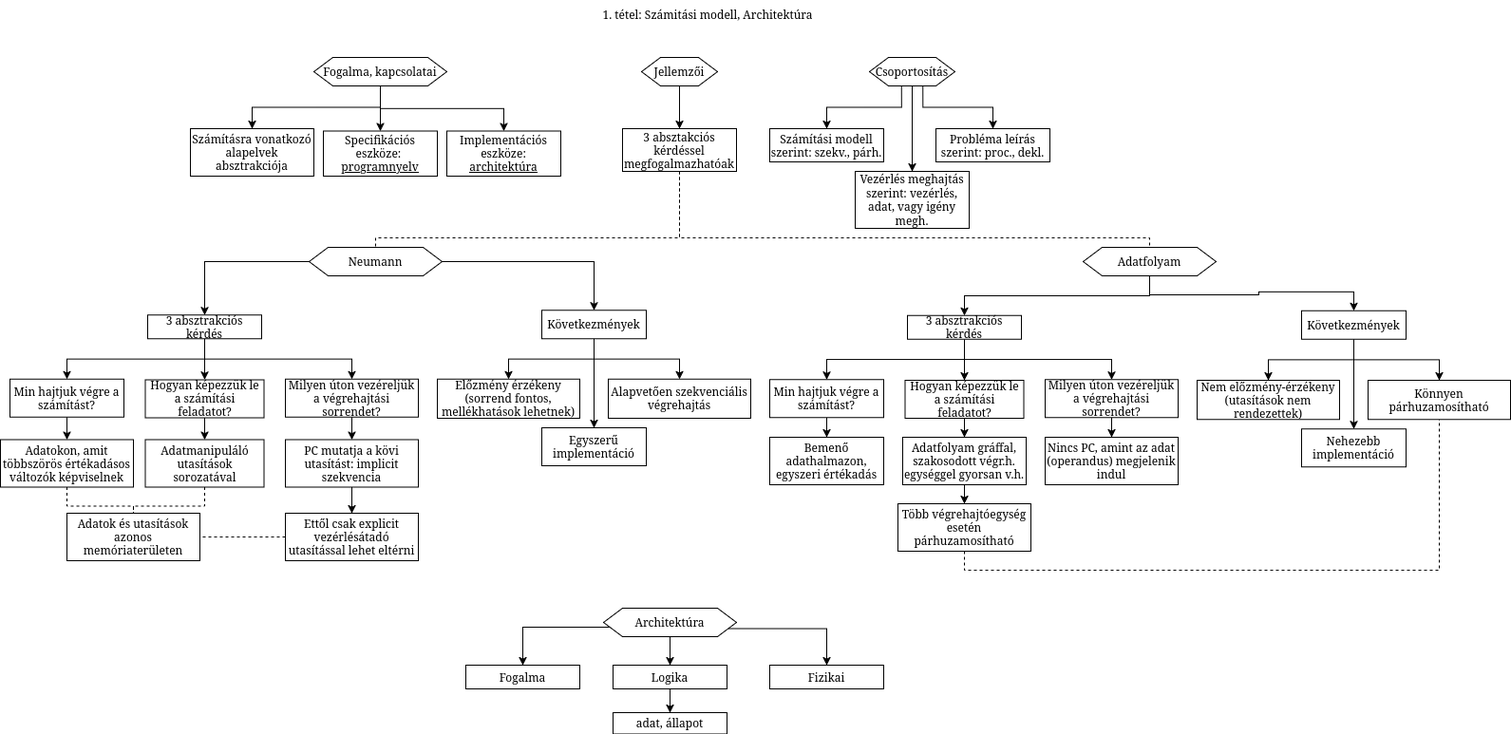
sz-balage/ArchiMindMaps keeps this draw.io diagram as Mind maps/Archi alapok/1-SzamitasiModell.png. Above is the earlier version. Source tidied: cells renumbered, new cells last; positions are measured from the earlier drawing's top-left corner, leaving out a move shared by most shapes.
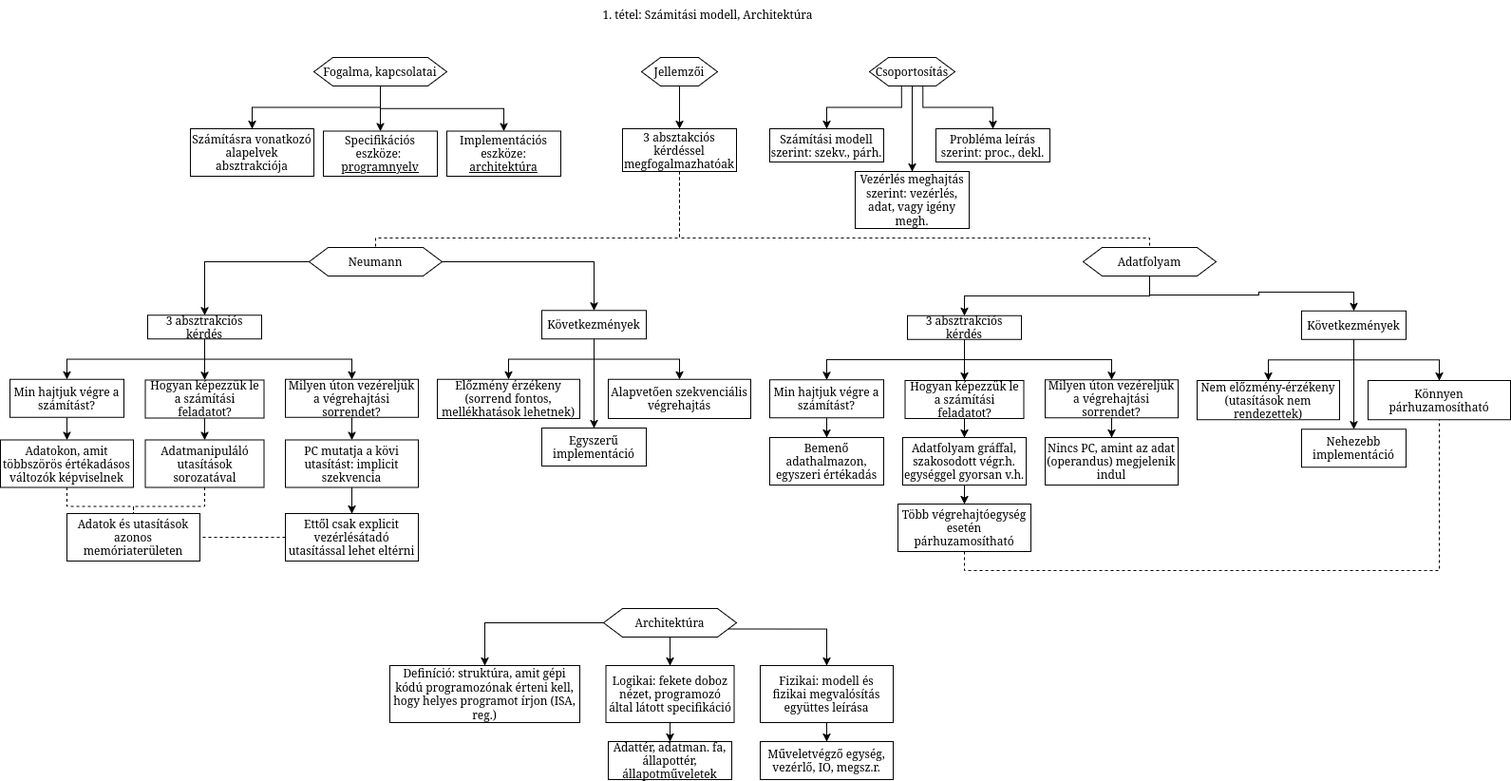
Above is the later version.

Change to the diagram source:
```diff
@@ -115,37 +115,35 @@
     <mxCell id="36" value="Min hajtjuk végre a számítást?" style="whiteSpace=wrap;html=1;" parent="1" vertex="1">
       <mxGeometry x="10" y="398.8" width="120" height="40" as="geometry" />
     </mxCell>
-    <mxCell id="37" style="edgeStyle=orthogonalEdgeStyle;rounded=0;jettySize=auto;html=1;exitX=0.375;exitY=1;exitDx=0;exitDy=0;entryX=0.5;entryY=0;entryDx=0;entryDy=0;" parent="1" edge="1" source="40" target="41">
-      <mxGeometry relative="1" as="geometry">
-        <Array as="points">
-          <mxPoint x="688" y="660" />
-          <mxPoint x="550" y="660" />
-        </Array>
-      </mxGeometry>
-    </mxCell>
     <mxCell id="38" style="edgeStyle=orthogonalEdgeStyle;rounded=0;jettySize=auto;html=1;exitX=0.5;exitY=1;exitDx=0;exitDy=0;entryX=0.5;entryY=0;entryDx=0;entryDy=0;" parent="1" edge="1" source="40" target="43">
       <mxGeometry relative="1" as="geometry" />
     </mxCell>
     <mxCell id="39" style="edgeStyle=orthogonalEdgeStyle;rounded=0;jettySize=auto;html=1;exitX=1;exitY=0.75;exitDx=0;exitDy=0;entryX=0.5;entryY=0;entryDx=0;entryDy=0;" parent="1" edge="1" source="40" target="44">
       <mxGeometry relative="1" as="geometry" />
     </mxCell>
+    <mxCell id="37" style="edgeStyle=orthogonalEdgeStyle;rounded=0;jettySize=auto;html=1;exitX=0;exitY=0.5;exitDx=0;exitDy=0;entryX=0.5;entryY=0;entryDx=0;entryDy=0;" parent="1" edge="1" source="40" target="41">
+      <mxGeometry relative="1" as="geometry" />
+    </mxCell>
     <mxCell id="40" value="Architektúra" style="shape=hexagon;perimeter=hexagonPerimeter2;whiteSpace=wrap;html=1;fixedSize=1;" parent="1" vertex="1">
       <mxGeometry x="635" y="640" width="140" height="30" as="geometry" />
     </mxCell>
-    <mxCell id="41" value="Fogalma" style="whiteSpace=wrap;html=1;" parent="1" vertex="1">
-      <mxGeometry x="490" y="700" width="120" height="25" as="geometry" />
+    <mxCell id="41" value="Definíció: struktúra, amit gépi kódú programozónak érteni kell, hogy helyes programot írjon (ISA, reg.)" style="whiteSpace=wrap;html=1;" parent="1" vertex="1">
+      <mxGeometry x="410" y="700" width="200" height="60" as="geometry" />
     </mxCell>
     <mxCell id="42" style="edgeStyle=orthogonalEdgeStyle;rounded=0;jettySize=auto;html=1;" parent="1" edge="1" source="43" target="45">
       <mxGeometry relative="1" as="geometry" />
     </mxCell>
-    <mxCell id="43" value="Logika" style="whiteSpace=wrap;html=1;" parent="1" vertex="1">
-      <mxGeometry x="645" y="700" width="120" height="25" as="geometry" />
+    <mxCell id="43" value="Logikai: fekete doboz nézet, programozó által látott specifikáció" style="whiteSpace=wrap;html=1;" parent="1" vertex="1">
+      <mxGeometry x="637.5" y="700" width="135" height="60" as="geometry" />
     </mxCell>
+    <mxCell id="86" style="edgeStyle=orthogonalEdgeStyle;rounded=0;jettySize=auto;html=1;exitX=0.5;exitY=1;exitDx=0;exitDy=0;entryX=0.5;entryY=0;entryDx=0;entryDy=0;" parent="1" edge="1" source="44" target="87">
+      <mxGeometry relative="1" as="geometry" />
+    </mxCell>
-    <mxCell id="44" value="Fizikai" style="whiteSpace=wrap;html=1;" parent="1" vertex="1">
-      <mxGeometry x="810" y="700" width="120" height="25" as="geometry" />
+    <mxCell id="44" value="Fizikai: modell és fizikai megvalósítás együttes leírása" style="whiteSpace=wrap;html=1;" parent="1" vertex="1">
+      <mxGeometry x="800" y="700" width="140" height="60" as="geometry" />
     </mxCell>
-    <mxCell id="45" value="adat, állapot" style="whiteSpace=wrap;html=1;" parent="1" vertex="1">
-      <mxGeometry x="645" y="750" width="120" height="22.5" as="geometry" />
+    <mxCell id="45" value="Adattér, adatman. fa, állapottér, állapotműveletek" style="whiteSpace=wrap;html=1;" parent="1" vertex="1">
+      <mxGeometry x="640" y="780" width="130" height="40" as="geometry" />
     </mxCell>
     <mxCell id="46" value="Számításra vonatkozó alapelvek absztrakciója" style="whiteSpace=wrap;html=1;" parent="1" vertex="1">
       <mxGeometry x="200" y="135" width="130" height="50" as="geometry" />
@@ -267,5 +265,8 @@
     <mxCell id="85" value="Könnyen párhuzamosítható" style="whiteSpace=wrap;html=1;" parent="1" vertex="1">
       <mxGeometry x="1440" y="400" width="150" height="41.2" as="geometry" />
     </mxCell>
+    <mxCell id="87" value="Műveletvégző egység, vezérlő, IO, megsz.r." style="whiteSpace=wrap;html=1;" parent="1" vertex="1">
+      <mxGeometry x="800" y="780" width="140" height="40" as="geometry" />
+    </mxCell>
   </root>
 </mxGraphModel>
```
